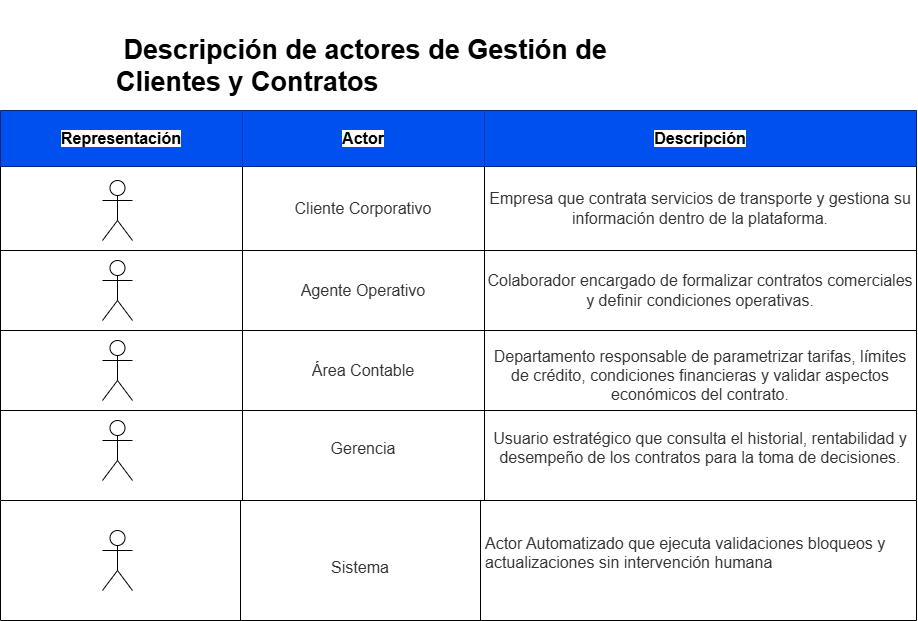
Earlier version of the draw.io export Documentation/images/CDU1/actores.png (Ggi0/AYD2_B_2S2025_PROYECTO_G13). Source tidied: cells renumbered, new cells last; positions are measured from the earlier drawing's top-left corner, leaving out a move shared by most shapes. Its diagram source:
```xml
<mxGraphModel>
  <root>
    <mxCell id="0" />
    <mxCell id="1" parent="0" />
    <mxCell id="2" style="shape=table;startSize=0;" parent="1" vertex="1">
      <mxGeometry y="110" width="916" height="390" as="geometry" />
    </mxCell>
    <mxCell id="3" style="shape=tableRow;horizontal=0;startSize=0;swimlaneHead=0;swimlaneBody=0;strokeColor=inherit;top=0;left=0;bottom=0;right=0;fillColor=none;" parent="2" vertex="1">
      <mxGeometry width="916" height="56" as="geometry" />
    </mxCell>
    <mxCell id="4" value="&lt;span style=&quot;color: rgb(0, 0, 0); font-family: &amp;quot;Helvetica Neue&amp;quot;, Helvetica, &amp;quot;Segoe UI&amp;quot;, Arial, freesans, sans-serif; font-size: 16px; font-weight: 700; background-color: rgb(255, 255, 255);&quot;&gt;Representación&lt;/span&gt;" style="shape=partialRectangle;html=1;whiteSpace=wrap;strokeColor=#001DBC;overflow=hidden;fillColor=#0050ef;top=0;left=0;bottom=0;right=0;fontColor=#ffffff;" parent="3" vertex="1">
      <mxGeometry width="242" height="56" as="geometry" />
    </mxCell>
    <mxCell id="5" value="&lt;span style=&quot;color: rgb(0, 0, 0); font-family: &amp;quot;Helvetica Neue&amp;quot;, Helvetica, &amp;quot;Segoe UI&amp;quot;, Arial, freesans, sans-serif; font-size: 16px; font-weight: 700; background-color: rgb(255, 255, 255);&quot;&gt;Actor&lt;/span&gt;" style="shape=partialRectangle;html=1;whiteSpace=wrap;strokeColor=#001DBC;overflow=hidden;fillColor=#0050ef;top=0;left=0;bottom=0;right=0;fontColor=#ffffff;" parent="3" vertex="1">
      <mxGeometry x="242" width="242" height="56" as="geometry" />
    </mxCell>
    <mxCell id="6" value="&lt;span style=&quot;color: rgb(0, 0, 0); font-family: &amp;quot;Helvetica Neue&amp;quot;, Helvetica, &amp;quot;Segoe UI&amp;quot;, Arial, freesans, sans-serif; font-size: 16px; font-weight: 700; background-color: rgb(255, 255, 255);&quot;&gt;Descripción&lt;/span&gt;" style="shape=partialRectangle;html=1;whiteSpace=wrap;strokeColor=#001DBC;overflow=hidden;fillColor=#0050ef;top=0;left=0;bottom=0;right=0;fontColor=#ffffff;" parent="3" vertex="1">
      <mxGeometry x="484" width="432" height="56" as="geometry" />
    </mxCell>
    <mxCell id="7" style="shape=tableRow;horizontal=0;startSize=0;swimlaneHead=0;swimlaneBody=0;strokeColor=inherit;top=0;left=0;bottom=0;right=0;fillColor=none;" parent="2" vertex="1">
      <mxGeometry y="56" width="916" height="84" as="geometry" />
    </mxCell>
    <mxCell id="8" style="shape=partialRectangle;html=1;whiteSpace=wrap;strokeColor=inherit;overflow=hidden;fillColor=none;top=0;left=0;bottom=0;right=0;" parent="7" vertex="1">
      <mxGeometry width="242" height="84" as="geometry" />
    </mxCell>
    <mxCell id="9" value="&lt;span style=&quot;color: rgb(51, 51, 51); font-family: &amp;quot;Helvetica Neue&amp;quot;, Helvetica, &amp;quot;Segoe UI&amp;quot;, Arial, freesans, sans-serif; font-size: 16px; text-align: start; background-color: rgb(255, 255, 255);&quot;&gt;Cliente Corporativo&lt;/span&gt;" style="shape=partialRectangle;html=1;whiteSpace=wrap;strokeColor=inherit;overflow=hidden;fillColor=none;top=0;left=0;bottom=0;right=0;" parent="7" vertex="1">
      <mxGeometry x="242" width="242" height="84" as="geometry" />
    </mxCell>
    <mxCell id="10" value="&lt;span style=&quot;color: rgb(51, 51, 51); font-family: &amp;quot;Helvetica Neue&amp;quot;, Helvetica, &amp;quot;Segoe UI&amp;quot;, Arial, freesans, sans-serif; font-size: 16px; text-align: start; background-color: rgb(255, 255, 255);&quot;&gt;Empresa que contrata servicios de transporte y gestiona su información dentro de la plataforma.&lt;/span&gt;" style="shape=partialRectangle;html=1;whiteSpace=wrap;strokeColor=inherit;overflow=hidden;fillColor=none;top=0;left=0;bottom=0;right=0;" parent="7" vertex="1">
      <mxGeometry x="484" width="432" height="84" as="geometry" />
    </mxCell>
    <mxCell id="11" style="shape=tableRow;horizontal=0;startSize=0;swimlaneHead=0;swimlaneBody=0;strokeColor=inherit;top=0;left=0;bottom=0;right=0;fillColor=none;" parent="2" vertex="1">
      <mxGeometry y="140" width="916" height="80" as="geometry" />
    </mxCell>
    <mxCell id="12" style="shape=partialRectangle;html=1;whiteSpace=wrap;strokeColor=inherit;overflow=hidden;fillColor=none;top=0;left=0;bottom=0;right=0;" parent="11" vertex="1">
      <mxGeometry width="242" height="80" as="geometry" />
    </mxCell>
    <mxCell id="13" value="&lt;span style=&quot;color: rgb(51, 51, 51); font-family: &amp;quot;Helvetica Neue&amp;quot;, Helvetica, &amp;quot;Segoe UI&amp;quot;, Arial, freesans, sans-serif; font-size: 16px; text-align: start; background-color: rgb(255, 255, 255);&quot;&gt;Agente Operativo&lt;/span&gt;" style="shape=partialRectangle;html=1;whiteSpace=wrap;strokeColor=inherit;overflow=hidden;fillColor=none;top=0;left=0;bottom=0;right=0;" parent="11" vertex="1">
      <mxGeometry x="242" width="242" height="80" as="geometry" />
    </mxCell>
    <mxCell id="14" value="&lt;span style=&quot;color: rgb(51, 51, 51); font-family: &amp;quot;Helvetica Neue&amp;quot;, Helvetica, &amp;quot;Segoe UI&amp;quot;, Arial, freesans, sans-serif; font-size: 16px; text-align: start; background-color: rgb(255, 255, 255);&quot;&gt;Colaborador encargado de formalizar contratos comerciales y definir condiciones operativas.&lt;/span&gt;" style="shape=partialRectangle;html=1;whiteSpace=wrap;strokeColor=inherit;overflow=hidden;fillColor=none;top=0;left=0;bottom=0;right=0;" parent="11" vertex="1">
      <mxGeometry x="484" width="432" height="80" as="geometry" />
    </mxCell>
    <mxCell id="15" style="shape=tableRow;horizontal=0;startSize=0;swimlaneHead=0;swimlaneBody=0;strokeColor=inherit;top=0;left=0;bottom=0;right=0;fillColor=none;" parent="2" vertex="1">
      <mxGeometry y="220" width="916" height="80" as="geometry" />
    </mxCell>
    <mxCell id="16" style="shape=partialRectangle;html=1;whiteSpace=wrap;strokeColor=inherit;overflow=hidden;fillColor=none;top=0;left=0;bottom=0;right=0;" parent="15" vertex="1">
      <mxGeometry width="242" height="80" as="geometry" />
    </mxCell>
    <mxCell id="17" value="&lt;span style=&quot;color: rgb(51, 51, 51); font-family: &amp;quot;Helvetica Neue&amp;quot;, Helvetica, &amp;quot;Segoe UI&amp;quot;, Arial, freesans, sans-serif; font-size: 16px; text-align: start; background-color: rgb(255, 255, 255);&quot;&gt;Área Contable&lt;/span&gt;" style="shape=partialRectangle;html=1;whiteSpace=wrap;strokeColor=inherit;overflow=hidden;fillColor=none;top=0;left=0;bottom=0;right=0;" parent="15" vertex="1">
      <mxGeometry x="242" width="242" height="80" as="geometry" />
    </mxCell>
    <mxCell id="18" value="&#10;&lt;span style=&quot;color: rgb(51, 51, 51); font-family: &amp;quot;Helvetica Neue&amp;quot;, Helvetica, &amp;quot;Segoe UI&amp;quot;, Arial, freesans, sans-serif; font-size: 16px; font-style: normal; font-variant-ligatures: normal; font-variant-caps: normal; font-weight: 400; letter-spacing: normal; orphans: 2; text-align: start; text-indent: 0px; text-transform: none; widows: 2; word-spacing: 0px; -webkit-text-stroke-width: 0px; white-space: normal; background-color: rgb(255, 255, 255); text-decoration-thickness: initial; text-decoration-style: initial; text-decoration-color: initial; display: inline !important; float: none;&quot;&gt;Departamento responsable de parametrizar tarifas, límites de crédito, condiciones financieras y validar aspectos económicos del contrato.&lt;/span&gt;&#10;&#10;" style="shape=partialRectangle;html=1;whiteSpace=wrap;strokeColor=inherit;overflow=hidden;fillColor=none;top=0;left=0;bottom=0;right=0;" parent="15" vertex="1">
      <mxGeometry x="484" width="432" height="80" as="geometry" />
    </mxCell>
    <mxCell id="19" style="shape=tableRow;horizontal=0;startSize=0;swimlaneHead=0;swimlaneBody=0;strokeColor=inherit;top=0;left=0;bottom=0;right=0;fillColor=none;" parent="2" vertex="1">
      <mxGeometry y="300" width="916" height="90" as="geometry" />
    </mxCell>
    <mxCell id="20" style="shape=partialRectangle;html=1;whiteSpace=wrap;strokeColor=inherit;overflow=hidden;fillColor=none;top=0;left=0;bottom=0;right=0;" parent="19" vertex="1">
      <mxGeometry width="242" height="90" as="geometry" />
    </mxCell>
    <mxCell id="21" value="&#10;&lt;span style=&quot;color: rgb(51, 51, 51); font-family: &amp;quot;Helvetica Neue&amp;quot;, Helvetica, &amp;quot;Segoe UI&amp;quot;, Arial, freesans, sans-serif; font-size: 16px; font-style: normal; font-variant-ligatures: normal; font-variant-caps: normal; font-weight: 400; letter-spacing: normal; orphans: 2; text-align: start; text-indent: 0px; text-transform: none; widows: 2; word-spacing: 0px; -webkit-text-stroke-width: 0px; white-space: normal; background-color: rgb(255, 255, 255); text-decoration-thickness: initial; text-decoration-style: initial; text-decoration-color: initial; display: inline !important; float: none;&quot;&gt;Gerencia&lt;/span&gt;&#10;&#10;" style="shape=partialRectangle;html=1;whiteSpace=wrap;strokeColor=inherit;overflow=hidden;fillColor=none;top=0;left=0;bottom=0;right=0;" parent="19" vertex="1">
      <mxGeometry x="242" width="242" height="90" as="geometry" />
    </mxCell>
    <mxCell id="22" value="&#10;&lt;span style=&quot;color: rgb(51, 51, 51); font-family: &amp;quot;Helvetica Neue&amp;quot;, Helvetica, &amp;quot;Segoe UI&amp;quot;, Arial, freesans, sans-serif; font-size: 16px; font-style: normal; font-variant-ligatures: normal; font-variant-caps: normal; font-weight: 400; letter-spacing: normal; orphans: 2; text-align: start; text-indent: 0px; text-transform: none; widows: 2; word-spacing: 0px; -webkit-text-stroke-width: 0px; white-space: normal; background-color: rgb(255, 255, 255); text-decoration-thickness: initial; text-decoration-style: initial; text-decoration-color: initial; display: inline !important; float: none;&quot;&gt;Usuario estratégico que consulta el historial, rentabilidad y desempeño de los contratos para la toma de decisiones.&lt;/span&gt;&#10;&#10;" style="shape=partialRectangle;html=1;whiteSpace=wrap;strokeColor=inherit;overflow=hidden;fillColor=none;top=0;left=0;bottom=0;right=0;" parent="19" vertex="1">
      <mxGeometry x="484" width="432" height="90" as="geometry" />
    </mxCell>
    <mxCell id="23" value="&lt;div&gt;&lt;br&gt;&lt;/div&gt;" style="shape=umlActor;verticalLabelPosition=bottom;verticalAlign=top;html=1;" parent="1" vertex="1">
      <mxGeometry x="102" y="180" width="30" height="60" as="geometry" />
    </mxCell>
    <mxCell id="24" value="&lt;div&gt;&lt;br&gt;&lt;/div&gt;" style="shape=umlActor;verticalLabelPosition=bottom;verticalAlign=top;html=1;" parent="1" vertex="1">
      <mxGeometry x="102" y="260" width="30" height="60" as="geometry" />
    </mxCell>
    <mxCell id="25" value="&lt;div&gt;&lt;br&gt;&lt;/div&gt;" style="shape=umlActor;verticalLabelPosition=bottom;verticalAlign=top;html=1;" parent="1" vertex="1">
      <mxGeometry x="102" y="340" width="30" height="60" as="geometry" />
    </mxCell>
    <mxCell id="26" value="&lt;div&gt;&lt;br&gt;&lt;/div&gt;" style="shape=umlActor;verticalLabelPosition=bottom;verticalAlign=top;html=1;" parent="1" vertex="1">
      <mxGeometry x="102" y="420" width="30" height="60" as="geometry" />
    </mxCell>
    <mxCell id="27" value="&lt;h1 id=&quot;1-descripción-de-actores-de-gestión-de-clientes-y-contratos&quot; style=&quot;--tw-border-spacing-x: 0; --tw-border-spacing-y: 0; --tw-translate-x: 0; --tw-translate-y: 0; --tw-rotate: 0; --tw-skew-x: 0; --tw-skew-y: 0; --tw-scale-x: 1; --tw-scale-y: 1; --tw-pan-x: ; --tw-pan-y: ; --tw-pinch-zoom: ; --tw-scroll-snap-strictness: proximity; --tw-gradient-from-position: ; --tw-gradient-via-position: ; --tw-gradient-to-position: ; --tw-ordinal: ; --tw-slashed-zero: ; --tw-numeric-figure: ; --tw-numeric-spacing: ; --tw-numeric-fraction: ; --tw-ring-inset: ; --tw-ring-offset-width: 0px; --tw-ring-offset-color: #fff; --tw-ring-color: rgb(59 130 246 / .5); --tw-ring-offset-shadow: 0 0 #0000; --tw-ring-shadow: 0 0 #0000; --tw-shadow: 0 0 #0000; --tw-shadow-colored: 0 0 #0000; --tw-blur: ; --tw-brightness: ; --tw-contrast: ; --tw-grayscale: ; --tw-hue-rotate: ; --tw-invert: ; --tw-saturate: ; --tw-sepia: ; --tw-drop-shadow: ; --tw-backdrop-blur: ; --tw-backdrop-brightness: ; --tw-backdrop-contrast: ; --tw-backdrop-grayscale: ; --tw-backdrop-hue-rotate: ; --tw-backdrop-invert: ; --tw-backdrop-opacity: ; --tw-backdrop-saturate: ; --tw-backdrop-sepia: ; --tw-contain-size: ; --tw-contain-layout: ; --tw-contain-paint: ; --tw-contain-style: ; line-height: 1.2; margin-top: 1em; margin-bottom: 16px; color: rgb(0, 0, 0); font-size: 2.25em; font-weight: 600; padding-bottom: 0.3em; font-family: &amp;quot;Helvetica Neue&amp;quot;, Helvetica, &amp;quot;Segoe UI&amp;quot;, Arial, freesans, sans-serif; font-style: normal; font-variant-ligatures: normal; font-variant-caps: normal; letter-spacing: normal; orphans: 2; text-align: start; text-indent: 0px; text-transform: none; widows: 2; word-spacing: 0px; -webkit-text-stroke-width: 0px; white-space: normal; background-color: rgb(255, 255, 255); text-decoration-thickness: initial; text-decoration-style: initial; text-decoration-color: initial;&quot;&gt;&lt;span&gt;&amp;nbsp;&lt;/span&gt;Descripción de actores de Gestión de Clientes y Contratos&lt;/h1&gt;" style="text;whiteSpace=wrap;html=1;" parent="1" vertex="1">
      <mxGeometry x="114" width="560" height="140" as="geometry" />
    </mxCell>
    <mxCell id="28" style="shape=table;startSize=0;" parent="1" vertex="1">
      <mxGeometry y="500" width="916" height="120" as="geometry" />
    </mxCell>
    <mxCell id="29" style="shape=tableRow;horizontal=0;startSize=0;swimlaneHead=0;swimlaneBody=0;strokeColor=inherit;top=0;left=0;bottom=0;right=0;fillColor=none;" parent="28" vertex="1">
      <mxGeometry width="916" height="120" as="geometry" />
    </mxCell>
    <mxCell id="30" style="shape=partialRectangle;html=1;whiteSpace=wrap;strokeColor=inherit;overflow=hidden;fillColor=none;top=0;left=0;bottom=0;right=0;" parent="29" vertex="1">
      <mxGeometry width="240" height="120" as="geometry" />
    </mxCell>
    <mxCell id="31" value="&lt;br&gt;&lt;br style=&quot;forced-color-adjust: none; color: rgb(0, 0, 0); font-family: Helvetica; font-size: 12px; font-style: normal; font-variant-ligatures: normal; font-variant-caps: normal; font-weight: 400; letter-spacing: normal; orphans: 2; text-align: center; text-indent: 0px; text-transform: none; widows: 2; word-spacing: 0px; -webkit-text-stroke-width: 0px; white-space: normal; background-color: rgb(236, 236, 236); text-decoration-thickness: initial; text-decoration-style: initial; text-decoration-color: initial;&quot;&gt;&lt;span style=&quot;forced-color-adjust: none; font-style: normal; font-variant-ligatures: normal; font-variant-caps: normal; font-weight: 400; letter-spacing: normal; orphans: 2; text-indent: 0px; text-transform: none; widows: 2; word-spacing: 0px; -webkit-text-stroke-width: 0px; white-space: normal; text-decoration-thickness: initial; text-decoration-style: initial; text-decoration-color: initial; color: rgb(51, 51, 51); font-family: &amp;quot;Helvetica Neue&amp;quot;, Helvetica, &amp;quot;Segoe UI&amp;quot;, Arial, freesans, sans-serif; font-size: 16px; text-align: start; background-color: rgb(255, 255, 255); float: none; display: inline !important;&quot;&gt;Sistema&lt;/span&gt;&lt;br style=&quot;forced-color-adjust: none; color: rgb(0, 0, 0); font-family: Helvetica; font-size: 12px; font-style: normal; font-variant-ligatures: normal; font-variant-caps: normal; font-weight: 400; letter-spacing: normal; orphans: 2; text-align: center; text-indent: 0px; text-transform: none; widows: 2; word-spacing: 0px; -webkit-text-stroke-width: 0px; white-space: normal; background-color: rgb(236, 236, 236); text-decoration-thickness: initial; text-decoration-style: initial; text-decoration-color: initial;&quot;&gt;&lt;div&gt;&lt;br/&gt;&lt;/div&gt;" style="shape=partialRectangle;html=1;whiteSpace=wrap;strokeColor=inherit;overflow=hidden;fillColor=none;top=0;left=0;bottom=0;right=0;" parent="29" vertex="1">
      <mxGeometry x="240" width="240" height="120" as="geometry" />
    </mxCell>
    <mxCell id="32" style="shape=partialRectangle;html=1;whiteSpace=wrap;strokeColor=inherit;overflow=hidden;fillColor=none;top=0;left=0;bottom=0;right=0;" parent="29" vertex="1">
      <mxGeometry x="480" width="436" height="120" as="geometry" />
    </mxCell>
    <mxCell id="33" value="&lt;div&gt;&lt;br&gt;&lt;/div&gt;" style="shape=umlActor;verticalLabelPosition=bottom;verticalAlign=top;html=1;" parent="1" vertex="1">
      <mxGeometry x="102" y="530" width="30" height="60" as="geometry" />
    </mxCell>
    <mxCell id="34" value="&lt;div style=&quot;text-align: start;&quot;&gt;&lt;span style=&quot;font-size: 16px; color: rgb(51, 51, 51); font-family: &amp;quot;Helvetica Neue&amp;quot;, Helvetica, &amp;quot;Segoe UI&amp;quot;, Arial, freesans, sans-serif; background-color: transparent;&quot;&gt;Actor Automatizado que ejecuta validaciones bloqueos y actualizaciones sin intervención humana&lt;/span&gt;&lt;/div&gt;&lt;div&gt;&lt;br/&gt;&lt;/div&gt;" style="shape=partialRectangle;html=1;whiteSpace=wrap;strokeColor=inherit;overflow=hidden;fillColor=none;top=0;left=0;bottom=0;right=0;" parent="1" vertex="1">
      <mxGeometry x="484" y="515" width="432" height="90" as="geometry" />
    </mxCell>
  </root>
</mxGraphModel>
```
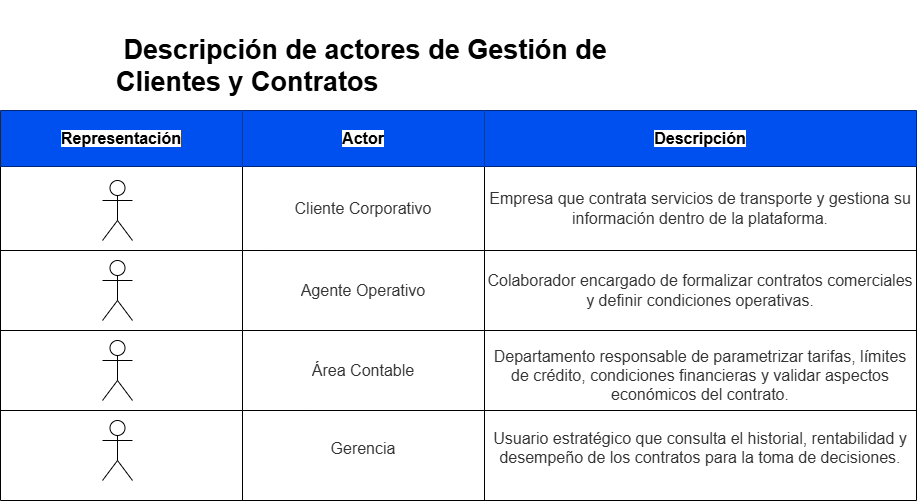
After the change.

Change to the diagram source:
```diff
@@ -80,26 +80,5 @@
     <mxCell id="27" value="&lt;h1 id=&quot;1-descripción-de-actores-de-gestión-de-clientes-y-contratos&quot; style=&quot;--tw-border-spacing-x: 0; --tw-border-spacing-y: 0; --tw-translate-x: 0; --tw-translate-y: 0; --tw-rotate: 0; --tw-skew-x: 0; --tw-skew-y: 0; --tw-scale-x: 1; --tw-scale-y: 1; --tw-pan-x: ; --tw-pan-y: ; --tw-pinch-zoom: ; --tw-scroll-snap-strictness: proximity; --tw-gradient-from-position: ; --tw-gradient-via-position: ; --tw-gradient-to-position: ; --tw-ordinal: ; --tw-slashed-zero: ; --tw-numeric-figure: ; --tw-numeric-spacing: ; --tw-numeric-fraction: ; --tw-ring-inset: ; --tw-ring-offset-width: 0px; --tw-ring-offset-color: #fff; --tw-ring-color: rgb(59 130 246 / .5); --tw-ring-offset-shadow: 0 0 #0000; --tw-ring-shadow: 0 0 #0000; --tw-shadow: 0 0 #0000; --tw-shadow-colored: 0 0 #0000; --tw-blur: ; --tw-brightness: ; --tw-contrast: ; --tw-grayscale: ; --tw-hue-rotate: ; --tw-invert: ; --tw-saturate: ; --tw-sepia: ; --tw-drop-shadow: ; --tw-backdrop-blur: ; --tw-backdrop-brightness: ; --tw-backdrop-contrast: ; --tw-backdrop-grayscale: ; --tw-backdrop-hue-rotate: ; --tw-backdrop-invert: ; --tw-backdrop-opacity: ; --tw-backdrop-saturate: ; --tw-backdrop-sepia: ; --tw-contain-size: ; --tw-contain-layout: ; --tw-contain-paint: ; --tw-contain-style: ; line-height: 1.2; margin-top: 1em; margin-bottom: 16px; color: rgb(0, 0, 0); font-size: 2.25em; font-weight: 600; padding-bottom: 0.3em; font-family: &amp;quot;Helvetica Neue&amp;quot;, Helvetica, &amp;quot;Segoe UI&amp;quot;, Arial, freesans, sans-serif; font-style: normal; font-variant-ligatures: normal; font-variant-caps: normal; letter-spacing: normal; orphans: 2; text-align: start; text-indent: 0px; text-transform: none; widows: 2; word-spacing: 0px; -webkit-text-stroke-width: 0px; white-space: normal; background-color: rgb(255, 255, 255); text-decoration-thickness: initial; text-decoration-style: initial; text-decoration-color: initial;&quot;&gt;&lt;span&gt;&amp;nbsp;&lt;/span&gt;Descripción de actores de Gestión de Clientes y Contratos&lt;/h1&gt;" style="text;whiteSpace=wrap;html=1;" parent="1" vertex="1">
       <mxGeometry x="114" width="560" height="140" as="geometry" />
     </mxCell>
-    <mxCell id="28" style="shape=table;startSize=0;" parent="1" vertex="1">
-      <mxGeometry y="500" width="916" height="120" as="geometry" />
-    </mxCell>
-    <mxCell id="29" style="shape=tableRow;horizontal=0;startSize=0;swimlaneHead=0;swimlaneBody=0;strokeColor=inherit;top=0;left=0;bottom=0;right=0;fillColor=none;" parent="28" vertex="1">
-      <mxGeometry width="916" height="120" as="geometry" />
-    </mxCell>
-    <mxCell id="30" style="shape=partialRectangle;html=1;whiteSpace=wrap;strokeColor=inherit;overflow=hidden;fillColor=none;top=0;left=0;bottom=0;right=0;" parent="29" vertex="1">
-      <mxGeometry width="240" height="120" as="geometry" />
-    </mxCell>
-    <mxCell id="31" value="&lt;br&gt;&lt;br style=&quot;forced-color-adjust: none; color: rgb(0, 0, 0); font-family: Helvetica; font-size: 12px; font-style: normal; font-variant-ligatures: normal; font-variant-caps: normal; font-weight: 400; letter-spacing: normal; orphans: 2; text-align: center; text-indent: 0px; text-transform: none; widows: 2; word-spacing: 0px; -webkit-text-stroke-width: 0px; white-space: normal; background-color: rgb(236, 236, 236); text-decoration-thickness: initial; text-decoration-style: initial; text-decoration-color: initial;&quot;&gt;&lt;span style=&quot;forced-color-adjust: none; font-style: normal; font-variant-ligatures: normal; font-variant-caps: normal; font-weight: 400; letter-spacing: normal; orphans: 2; text-indent: 0px; text-transform: none; widows: 2; word-spacing: 0px; -webkit-text-stroke-width: 0px; white-space: normal; text-decoration-thickness: initial; text-decoration-style: initial; text-decoration-color: initial; color: rgb(51, 51, 51); font-family: &amp;quot;Helvetica Neue&amp;quot;, Helvetica, &amp;quot;Segoe UI&amp;quot;, Arial, freesans, sans-serif; font-size: 16px; text-align: start; background-color: rgb(255, 255, 255); float: none; display: inline !important;&quot;&gt;Sistema&lt;/span&gt;&lt;br style=&quot;forced-color-adjust: none; color: rgb(0, 0, 0); font-family: Helvetica; font-size: 12px; font-style: normal; font-variant-ligatures: normal; font-variant-caps: normal; font-weight: 400; letter-spacing: normal; orphans: 2; text-align: center; text-indent: 0px; text-transform: none; widows: 2; word-spacing: 0px; -webkit-text-stroke-width: 0px; white-space: normal; background-color: rgb(236, 236, 236); text-decoration-thickness: initial; text-decoration-style: initial; text-decoration-color: initial;&quot;&gt;&lt;div&gt;&lt;br/&gt;&lt;/div&gt;" style="shape=partialRectangle;html=1;whiteSpace=wrap;strokeColor=inherit;overflow=hidden;fillColor=none;top=0;left=0;bottom=0;right=0;" parent="29" vertex="1">
-      <mxGeometry x="240" width="240" height="120" as="geometry" />
-    </mxCell>
-    <mxCell id="32" style="shape=partialRectangle;html=1;whiteSpace=wrap;strokeColor=inherit;overflow=hidden;fillColor=none;top=0;left=0;bottom=0;right=0;" parent="29" vertex="1">
-      <mxGeometry x="480" width="436" height="120" as="geometry" />
-    </mxCell>
-    <mxCell id="33" value="&lt;div&gt;&lt;br&gt;&lt;/div&gt;" style="shape=umlActor;verticalLabelPosition=bottom;verticalAlign=top;html=1;" parent="1" vertex="1">
-      <mxGeometry x="102" y="530" width="30" height="60" as="geometry" />
-    </mxCell>
-    <mxCell id="34" value="&lt;div style=&quot;text-align: start;&quot;&gt;&lt;span style=&quot;font-size: 16px; color: rgb(51, 51, 51); font-family: &amp;quot;Helvetica Neue&amp;quot;, Helvetica, &amp;quot;Segoe UI&amp;quot;, Arial, freesans, sans-serif; background-color: transparent;&quot;&gt;Actor Automatizado que ejecuta validaciones bloqueos y actualizaciones sin intervención humana&lt;/span&gt;&lt;/div&gt;&lt;div&gt;&lt;br/&gt;&lt;/div&gt;" style="shape=partialRectangle;html=1;whiteSpace=wrap;strokeColor=inherit;overflow=hidden;fillColor=none;top=0;left=0;bottom=0;right=0;" parent="1" vertex="1">
-      <mxGeometry x="484" y="515" width="432" height="90" as="geometry" />
-    </mxCell>
   </root>
 </mxGraphModel>
```
